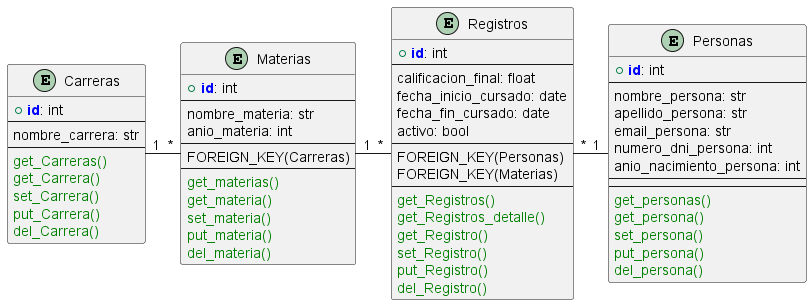
facuolivamar/EdMachina-Challenge-FastAPI keeps this PlantUML diagram as docs/diagram_db/diagram_db.png. Above is the earlier version.
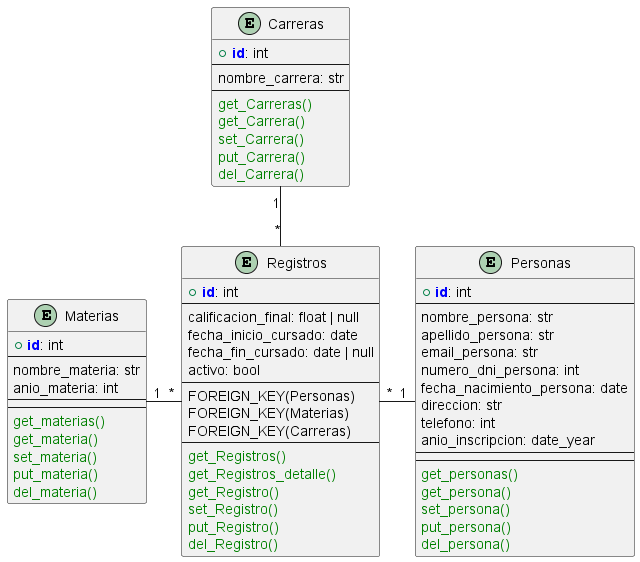
Later version of the same file.

What changed in the source:
```diff
@@ -10,7 +10,10 @@
     apellido_persona: str
     email_persona: str
     numero_dni_persona: int
-    anio_nacimiento_persona: int
+    fecha_nacimiento_persona: date
+    direccion: str
+    telefono: int
+    anio_inscripcion: date_year
     --
     --
     METHOD(get_personas())
@@ -26,7 +29,6 @@
     nombre_materia: str
     anio_materia: int
     --
-    FOREIGN_KEY(Carreras)
     --
     METHOD(get_materias())
     METHOD(get_materia())
@@ -38,13 +40,14 @@
 entity Registros {
     + PRIMARY_KEY(id): int
     --
-    calificacion_final: float
+    calificacion_final: float | null
     fecha_inicio_cursado: date
-    fecha_fin_cursado: date
+    fecha_fin_cursado: date | null
     activo: bool
     --
     FOREIGN_KEY(Personas)
     FOREIGN_KEY(Materias)
+    FOREIGN_KEY(Carreras)
     --
     METHOD(get_Registros())
     METHOD(get_Registros_detalle())
@@ -66,7 +69,7 @@
     METHOD(del_Carrera())
 }
 
-Carreras "1" - "*" Materias
+Carreras "1" -- "*" Registros
 Materias "1" - "*" Registros
 Registros "*" - "1" Personas
 
```
